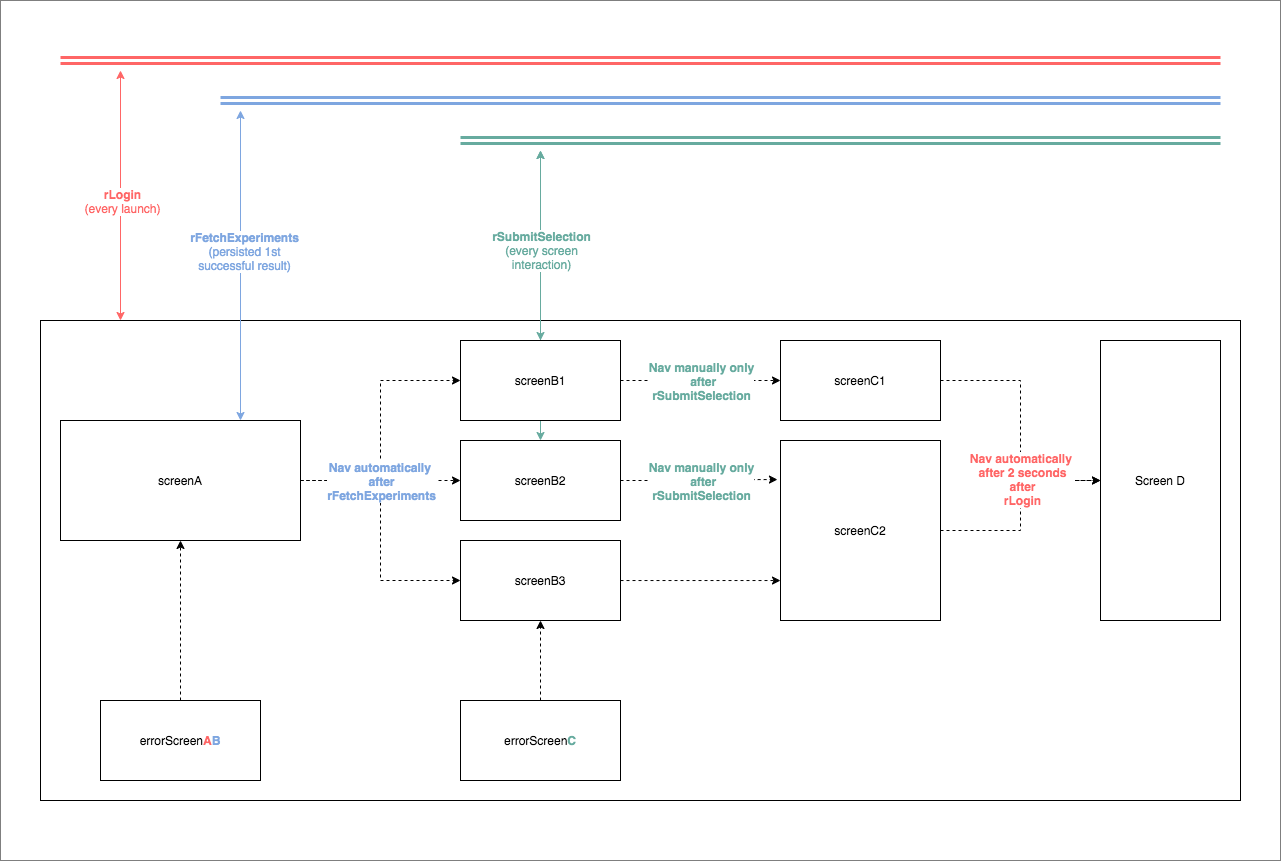
Before: react native/navigation flow/overview.png, a diagram exported from draw.io (stefanos1290/Navigation-Crash). Source tidied: cells renumbered, new cells last; positions are measured from the earlier drawing's top-left corner, leaving out a move shared by most shapes. The source it was exported from:
```xml
<mxGraphModel>
  <root>
    <mxCell id="0" />
    <mxCell id="1" parent="0" />
    <mxCell id="2" style="rounded=0;whiteSpace=wrap;html=1;labelBackgroundColor=#ffffff;fontColor=#000000;opacity=50;" parent="1" vertex="1">
      <mxGeometry width="1280" height="860" as="geometry" />
    </mxCell>
    <mxCell id="3" style="rounded=0;whiteSpace=wrap;html=1;labelBackgroundColor=#ffffff;fontColor=#000000;" parent="1" vertex="1">
      <mxGeometry x="40" y="320" width="1200" height="480" as="geometry" />
    </mxCell>
    <mxCell id="4" style="endArrow=classic;startArrow=classic;html=1;exitX=0.5;exitY=0;exitDx=0;exitDy=0;strokeColor=#67AB9F;" parent="1" edge="1" source="18">
      <mxGeometry relative="1" as="geometry">
        <mxPoint x="540" y="150" as="targetPoint" />
      </mxGeometry>
    </mxCell>
    <mxCell id="5" style="edgeStyle=orthogonalEdgeStyle;rounded=0;jettySize=auto;html=1;dashed=1;" parent="1" edge="1" source="9" target="11">
      <mxGeometry relative="1" as="geometry" />
    </mxCell>
    <mxCell id="6" style="edgeStyle=orthogonalEdgeStyle;rounded=0;jettySize=auto;html=1;dashed=1;" parent="1" edge="1" source="9" target="15">
      <mxGeometry relative="1" as="geometry" />
    </mxCell>
    <mxCell id="7" style="edgeStyle=orthogonalEdgeStyle;rounded=0;jettySize=auto;html=1;dashed=1;" parent="1" edge="1" source="9" target="18">
      <mxGeometry relative="1" as="geometry" />
    </mxCell>
    <mxCell id="8" value="Nav automatically &lt;br&gt;after&lt;br&gt;&lt;span&gt;rFetchExperiments&lt;/span&gt;" style="text;html=1;align=center;verticalAlign=middle;labelBackgroundColor=#ffffff;labelBorderColor=none;fontColor=#7EA6E0;fontStyle=1;" parent="7" vertex="1">
      <mxGeometry x="-0.61" y="-1" relative="1" as="geometry">
        <mxPoint x="49" y="-1" as="offset" />
      </mxGeometry>
    </mxCell>
    <mxCell id="9" value="screenA" style="rounded=0;whiteSpace=wrap;html=1;" parent="1" vertex="1">
      <mxGeometry x="60" y="420" width="240" height="120" as="geometry" />
    </mxCell>
    <mxCell id="10" style="edgeStyle=orthogonalEdgeStyle;rounded=0;jettySize=auto;html=1;dashed=1;" parent="1" edge="1" source="11" target="26">
      <mxGeometry relative="1" as="geometry" />
    </mxCell>
    <mxCell id="11" value="screenB1" style="rounded=0;whiteSpace=wrap;html=1;" parent="1" vertex="1">
      <mxGeometry x="460" y="340" width="160" height="80" as="geometry" />
    </mxCell>
    <mxCell id="12" style="endArrow=classic;startArrow=classic;html=1;strokeColor=#FF6666;" parent="1" edge="1">
      <mxGeometry relative="1" as="geometry">
        <mxPoint x="120" y="320" as="sourcePoint" />
        <mxPoint x="120" y="70" as="targetPoint" />
      </mxGeometry>
    </mxCell>
    <mxCell id="13" value="rLogin&lt;br&gt;&lt;span style=&quot;font-weight: normal&quot;&gt;(every launch)&lt;/span&gt;" style="text;html=1;align=center;verticalAlign=middle;labelBackgroundColor=#ffffff;labelBorderColor=none;fontColor=#FF6666;fontStyle=1;" parent="12" vertex="1">
      <mxGeometry x="0.01" y="-1" relative="1" as="geometry">
        <mxPoint y="7" as="offset" />
      </mxGeometry>
    </mxCell>
    <mxCell id="14" style="edgeStyle=orthogonalEdgeStyle;rounded=0;jettySize=auto;html=1;dashed=1;entryX=0;entryY=0.778;entryDx=0;entryDy=0;entryPerimeter=0;" parent="1" edge="1" source="15" target="23">
      <mxGeometry relative="1" as="geometry" />
    </mxCell>
    <mxCell id="15" value="screenB3" style="rounded=0;whiteSpace=wrap;html=1;" parent="1" vertex="1">
      <mxGeometry x="460" y="540" width="160" height="80" as="geometry" />
    </mxCell>
    <mxCell id="16" style="edgeStyle=orthogonalEdgeStyle;rounded=0;jettySize=auto;html=1;dashed=1;entryX=-0.019;entryY=0.217;entryDx=0;entryDy=0;entryPerimeter=0;" parent="1" edge="1" source="18" target="23">
      <mxGeometry relative="1" as="geometry" />
    </mxCell>
    <mxCell id="17" value="Nav manually only&lt;br&gt;&amp;nbsp;after&lt;br&gt;rSubmitSelection" style="text;html=1;align=center;verticalAlign=middle;labelBackgroundColor=#ffffff;fontColor=#67AB9F;fontStyle=1;" parent="16" vertex="1">
      <mxGeometry x="0.15" y="-1" relative="1" as="geometry">
        <mxPoint x="-10.1" y="-100.1" as="offset" />
      </mxGeometry>
    </mxCell>
    <mxCell id="18" value="screenB2" style="rounded=0;whiteSpace=wrap;html=1;" parent="1" vertex="1">
      <mxGeometry x="460" y="440" width="160" height="80" as="geometry" />
    </mxCell>
    <mxCell id="19" style="endArrow=classic;startArrow=classic;html=1;exitX=0.75;exitY=0;exitDx=0;exitDy=0;strokeColor=#7EA6E0;" parent="1" edge="1" source="9">
      <mxGeometry relative="1" as="geometry">
        <mxPoint x="240" y="110" as="targetPoint" />
      </mxGeometry>
    </mxCell>
    <mxCell id="20" value="rFetchExperiments&lt;br&gt;&lt;span style=&quot;font-weight: normal&quot;&gt;(persisted 1st&lt;br&gt;successful result)&lt;/span&gt;" style="text;html=1;align=center;verticalAlign=middle;labelBackgroundColor=#ffffff;fontColor=#7EA6E0;fontStyle=1;" parent="19" vertex="1">
      <mxGeometry x="-0.18" y="-3" relative="1" as="geometry">
        <mxPoint y="-43" as="offset" />
      </mxGeometry>
    </mxCell>
    <mxCell id="21" value="Screen D" style="rounded=0;whiteSpace=wrap;html=1;" parent="1" vertex="1">
      <mxGeometry x="1100" y="340" width="120" height="280" as="geometry" />
    </mxCell>
    <mxCell id="22" style="edgeStyle=orthogonalEdgeStyle;rounded=0;jettySize=auto;html=1;dashed=1;" parent="1" edge="1" source="23" target="21">
      <mxGeometry relative="1" as="geometry" />
    </mxCell>
    <mxCell id="23" value="screenC2" style="rounded=0;whiteSpace=wrap;html=1;" parent="1" vertex="1">
      <mxGeometry x="780" y="440" width="160" height="180" as="geometry" />
    </mxCell>
    <mxCell id="24" style="edgeStyle=orthogonalEdgeStyle;rounded=0;jettySize=auto;html=1;dashed=1;" parent="1" edge="1" source="26" target="21">
      <mxGeometry relative="1" as="geometry" />
    </mxCell>
    <mxCell id="25" value="Nav automatically&amp;nbsp;&lt;br&gt;after 2 seconds&lt;br&gt;after&lt;br&gt;rLogin" style="text;html=1;align=center;verticalAlign=middle;labelBackgroundColor=#ffffff;fontColor=#FF6666;fontStyle=1;" parent="24" vertex="1">
      <mxGeometry x="0.37" y="1" relative="1" as="geometry" />
    </mxCell>
    <mxCell id="26" value="screenC1" style="rounded=0;whiteSpace=wrap;html=1;" parent="1" vertex="1">
      <mxGeometry x="780" y="340" width="160" height="80" as="geometry" />
    </mxCell>
    <mxCell id="27" style="endArrow=classic;startArrow=classic;html=1;exitX=0.5;exitY=0;exitDx=0;exitDy=0;strokeColor=#67AB9F;" parent="1" edge="1" source="11">
      <mxGeometry relative="1" as="geometry">
        <mxPoint x="540" y="150" as="targetPoint" />
      </mxGeometry>
    </mxCell>
    <mxCell id="28" value="rSubmitSelection&lt;br&gt;&lt;span style=&quot;font-weight: normal&quot;&gt;(every screen&lt;br&gt;interaction)&lt;/span&gt;" style="text;html=1;align=center;verticalAlign=middle;labelBackgroundColor=#ffffff;fontColor=#67AB9F;fontStyle=1;" parent="27" vertex="1">
      <mxGeometry x="-0.18" y="-3" relative="1" as="geometry">
        <mxPoint x="-3" y="-12" as="offset" />
      </mxGeometry>
    </mxCell>
    <mxCell id="29" style="shape=link;html=1;strokeWidth=3;labelBorderColor=none;fontColor=#FF6666;fontStyle=1;strokeColor=#FF6666;" parent="1" edge="1">
      <mxGeometry relative="1" as="geometry">
        <mxPoint x="60" y="60" as="sourcePoint" />
        <mxPoint x="1220" y="60" as="targetPoint" />
      </mxGeometry>
    </mxCell>
    <mxCell id="30" style="shape=link;html=1;strokeWidth=3;strokeColor=#7EA6E0;" parent="1" edge="1">
      <mxGeometry relative="1" as="geometry">
        <mxPoint x="220" y="100" as="sourcePoint" />
        <mxPoint x="1220" y="100" as="targetPoint" />
      </mxGeometry>
    </mxCell>
    <mxCell id="31" style="shape=link;html=1;strokeWidth=3;strokeColor=#67AB9F;" parent="1" edge="1">
      <mxGeometry relative="1" as="geometry">
        <mxPoint x="460" y="140" as="sourcePoint" />
        <mxPoint x="1220" y="140" as="targetPoint" />
      </mxGeometry>
    </mxCell>
    <mxCell id="32" style="edgeStyle=orthogonalEdgeStyle;rounded=0;jettySize=auto;html=1;strokeColor=#000000;strokeWidth=1;fontColor=#7EA6E0;dashed=1;" parent="1" edge="1" source="33" target="9">
      <mxGeometry relative="1" as="geometry" />
    </mxCell>
    <mxCell id="33" value="&lt;font color=&quot;#000000&quot;&gt;errorScreen&lt;/font&gt;&lt;font color=&quot;#ff6666&quot;&gt;&lt;b&gt;A&lt;/b&gt;&lt;/font&gt;&lt;b&gt;B&lt;/b&gt;" style="rounded=0;whiteSpace=wrap;html=1;fontColor=#7EA6E0;" parent="1" vertex="1">
      <mxGeometry x="100" y="700" width="160" height="80" as="geometry" />
    </mxCell>
    <mxCell id="34" style="edgeStyle=orthogonalEdgeStyle;rounded=0;jettySize=auto;html=1;strokeColor=#000000;strokeWidth=1;fontColor=#7EA6E0;dashed=1;" parent="1" edge="1" source="35" target="15">
      <mxGeometry relative="1" as="geometry" />
    </mxCell>
    <mxCell id="35" value="&lt;font color=&quot;#000000&quot;&gt;errorScreen&lt;/font&gt;&lt;font color=&quot;#67ab9f&quot; style=&quot;font-weight: bold&quot;&gt;C&lt;/font&gt;" style="rounded=0;whiteSpace=wrap;html=1;fontColor=#7EA6E0;" parent="1" vertex="1">
      <mxGeometry x="460" y="700" width="160" height="80" as="geometry" />
    </mxCell>
    <mxCell id="36" value="Nav manually only&lt;br&gt;&amp;nbsp;after&lt;br&gt;rSubmitSelection" style="text;html=1;align=center;verticalAlign=middle;labelBackgroundColor=#ffffff;fontColor=#67AB9F;fontStyle=1;" parent="1" vertex="1">
      <mxGeometry x="710" y="580" as="geometry">
        <mxPoint x="-10.1" y="-100.1" as="offset" />
      </mxGeometry>
    </mxCell>
  </root>
</mxGraphModel>
```
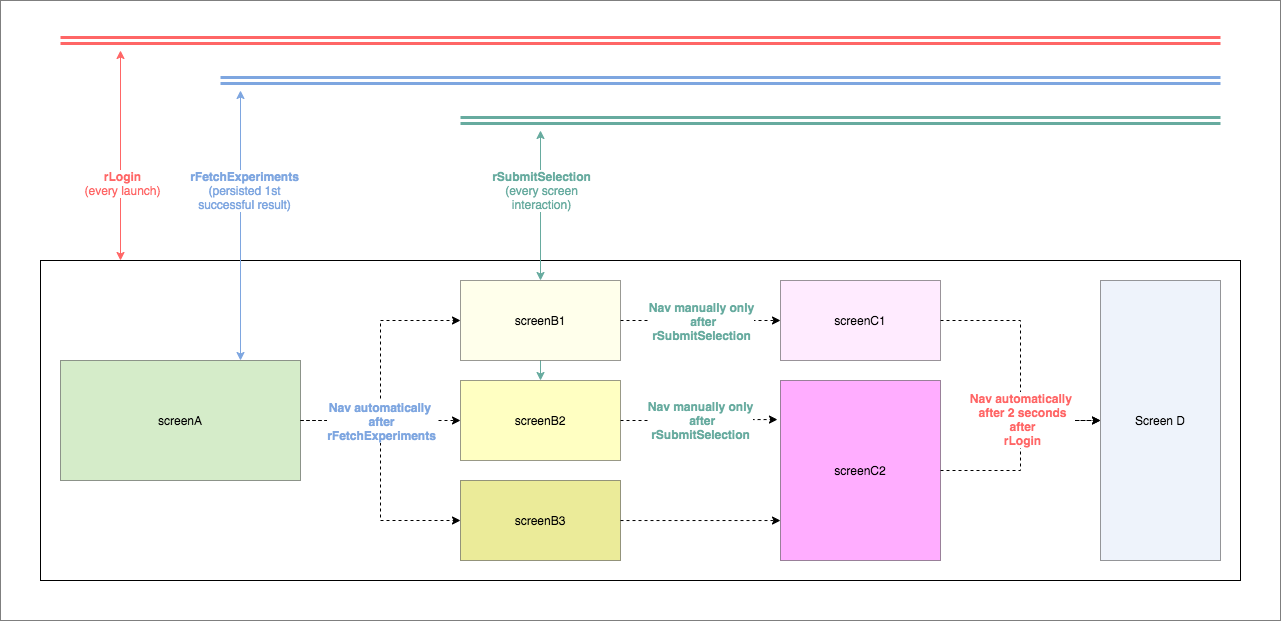
The same file after the commit.

Diff of the diagram source:
```diff
@@ -3,15 +3,13 @@
     <mxCell id="0" />
     <mxCell id="1" parent="0" />
     <mxCell id="2" style="rounded=0;whiteSpace=wrap;html=1;labelBackgroundColor=#ffffff;fontColor=#000000;opacity=50;" parent="1" vertex="1">
-      <mxGeometry width="1280" height="860" as="geometry" />
+      <mxGeometry y="60" width="1280" height="620" as="geometry" />
     </mxCell>
     <mxCell id="3" style="rounded=0;whiteSpace=wrap;html=1;labelBackgroundColor=#ffffff;fontColor=#000000;" parent="1" vertex="1">
-      <mxGeometry x="40" y="320" width="1200" height="480" as="geometry" />
+      <mxGeometry x="40" y="320" width="1200" height="320" as="geometry" />
     </mxCell>
-    <mxCell id="4" style="endArrow=classic;startArrow=classic;html=1;exitX=0.5;exitY=0;exitDx=0;exitDy=0;strokeColor=#67AB9F;" parent="1" edge="1" source="18">
-      <mxGeometry relative="1" as="geometry">
-        <mxPoint x="540" y="150" as="targetPoint" />
-      </mxGeometry>
+    <mxCell id="4" style="endArrow=none;startArrow=classic;html=1;exitX=0.5;exitY=0;exitDx=0;exitDy=0;strokeColor=#67AB9F;entryX=0.5;entryY=1;entryDx=0;entryDy=0;startFill=1;endFill=0;" parent="1" edge="1" source="18" target="11">
+      <mxGeometry relative="1" as="geometry" />
     </mxCell>
     <mxCell id="5" style="edgeStyle=orthogonalEdgeStyle;rounded=0;jettySize=auto;html=1;dashed=1;" parent="1" edge="1" source="9" target="11">
       <mxGeometry relative="1" as="geometry" />
@@ -27,30 +25,30 @@
         <mxPoint x="49" y="-1" as="offset" />
       </mxGeometry>
     </mxCell>
-    <mxCell id="9" value="screenA" style="rounded=0;whiteSpace=wrap;html=1;" parent="1" vertex="1">
+    <mxCell id="9" value="screenA" style="rounded=0;whiteSpace=wrap;html=1;fillColor=#97D077;opacity=40;" parent="1" vertex="1">
       <mxGeometry x="60" y="420" width="240" height="120" as="geometry" />
     </mxCell>
     <mxCell id="10" style="edgeStyle=orthogonalEdgeStyle;rounded=0;jettySize=auto;html=1;dashed=1;" parent="1" edge="1" source="11" target="26">
       <mxGeometry relative="1" as="geometry" />
     </mxCell>
-    <mxCell id="11" value="screenB1" style="rounded=0;whiteSpace=wrap;html=1;" parent="1" vertex="1">
+    <mxCell id="11" value="screenB1" style="rounded=0;whiteSpace=wrap;html=1;fillColor=#FFFFCC;opacity=40;" parent="1" vertex="1">
       <mxGeometry x="460" y="340" width="160" height="80" as="geometry" />
     </mxCell>
     <mxCell id="12" style="endArrow=classic;startArrow=classic;html=1;strokeColor=#FF6666;" parent="1" edge="1">
       <mxGeometry relative="1" as="geometry">
         <mxPoint x="120" y="320" as="sourcePoint" />
-        <mxPoint x="120" y="70" as="targetPoint" />
+        <mxPoint x="120" y="110" as="targetPoint" />
       </mxGeometry>
     </mxCell>
     <mxCell id="13" value="rLogin&lt;br&gt;&lt;span style=&quot;font-weight: normal&quot;&gt;(every launch)&lt;/span&gt;" style="text;html=1;align=center;verticalAlign=middle;labelBackgroundColor=#ffffff;labelBorderColor=none;fontColor=#FF6666;fontStyle=1;" parent="12" vertex="1">
       <mxGeometry x="0.01" y="-1" relative="1" as="geometry">
-        <mxPoint y="7" as="offset" />
+        <mxPoint y="28.2" as="offset" />
       </mxGeometry>
     </mxCell>
     <mxCell id="14" style="edgeStyle=orthogonalEdgeStyle;rounded=0;jettySize=auto;html=1;dashed=1;entryX=0;entryY=0.778;entryDx=0;entryDy=0;entryPerimeter=0;" parent="1" edge="1" source="15" target="23">
       <mxGeometry relative="1" as="geometry" />
     </mxCell>
-    <mxCell id="15" value="screenB3" style="rounded=0;whiteSpace=wrap;html=1;" parent="1" vertex="1">
+    <mxCell id="15" value="screenB3" style="rounded=0;whiteSpace=wrap;html=1;fillColor=#CCCC00;opacity=40;" parent="1" vertex="1">
       <mxGeometry x="460" y="540" width="160" height="80" as="geometry" />
     </mxCell>
     <mxCell id="16" style="edgeStyle=orthogonalEdgeStyle;rounded=0;jettySize=auto;html=1;dashed=1;entryX=-0.019;entryY=0.217;entryDx=0;entryDy=0;entryPerimeter=0;" parent="1" edge="1" source="18" target="23">
@@ -61,26 +59,26 @@
         <mxPoint x="-10.1" y="-100.1" as="offset" />
       </mxGeometry>
     </mxCell>
-    <mxCell id="18" value="screenB2" style="rounded=0;whiteSpace=wrap;html=1;" parent="1" vertex="1">
+    <mxCell id="18" value="screenB2" style="rounded=0;whiteSpace=wrap;html=1;fillColor=#FFFF66;opacity=40;" parent="1" vertex="1">
       <mxGeometry x="460" y="440" width="160" height="80" as="geometry" />
     </mxCell>
     <mxCell id="19" style="endArrow=classic;startArrow=classic;html=1;exitX=0.75;exitY=0;exitDx=0;exitDy=0;strokeColor=#7EA6E0;" parent="1" edge="1" source="9">
       <mxGeometry relative="1" as="geometry">
-        <mxPoint x="240" y="110" as="targetPoint" />
+        <mxPoint x="240" y="150" as="targetPoint" />
       </mxGeometry>
     </mxCell>
     <mxCell id="20" value="rFetchExperiments&lt;br&gt;&lt;span style=&quot;font-weight: normal&quot;&gt;(persisted 1st&lt;br&gt;successful result)&lt;/span&gt;" style="text;html=1;align=center;verticalAlign=middle;labelBackgroundColor=#ffffff;fontColor=#7EA6E0;fontStyle=1;" parent="19" vertex="1">
       <mxGeometry x="-0.18" y="-3" relative="1" as="geometry">
-        <mxPoint y="-43" as="offset" />
+        <mxPoint y="-59" as="offset" />
       </mxGeometry>
     </mxCell>
-    <mxCell id="21" value="Screen D" style="rounded=0;whiteSpace=wrap;html=1;" parent="1" vertex="1">
+    <mxCell id="21" value="Screen D" style="rounded=0;whiteSpace=wrap;html=1;fillColor=#D4E1F5;opacity=40;" parent="1" vertex="1">
       <mxGeometry x="1100" y="340" width="120" height="280" as="geometry" />
     </mxCell>
     <mxCell id="22" style="edgeStyle=orthogonalEdgeStyle;rounded=0;jettySize=auto;html=1;dashed=1;" parent="1" edge="1" source="23" target="21">
       <mxGeometry relative="1" as="geometry" />
     </mxCell>
-    <mxCell id="23" value="screenC2" style="rounded=0;whiteSpace=wrap;html=1;" parent="1" vertex="1">
+    <mxCell id="23" value="screenC2" style="rounded=0;whiteSpace=wrap;html=1;fillColor=#FF33FF;opacity=40;" parent="1" vertex="1">
       <mxGeometry x="780" y="440" width="160" height="180" as="geometry" />
     </mxCell>
     <mxCell id="24" style="edgeStyle=orthogonalEdgeStyle;rounded=0;jettySize=auto;html=1;dashed=1;" parent="1" edge="1" source="26" target="21">
@@ -89,49 +87,37 @@
     <mxCell id="25" value="Nav automatically&amp;nbsp;&lt;br&gt;after 2 seconds&lt;br&gt;after&lt;br&gt;rLogin" style="text;html=1;align=center;verticalAlign=middle;labelBackgroundColor=#ffffff;fontColor=#FF6666;fontStyle=1;" parent="24" vertex="1">
       <mxGeometry x="0.37" y="1" relative="1" as="geometry" />
     </mxCell>
-    <mxCell id="26" value="screenC1" style="rounded=0;whiteSpace=wrap;html=1;" parent="1" vertex="1">
+    <mxCell id="26" value="screenC1" style="rounded=0;whiteSpace=wrap;html=1;fillColor=#FFCCFF;opacity=40;" parent="1" vertex="1">
       <mxGeometry x="780" y="340" width="160" height="80" as="geometry" />
     </mxCell>
     <mxCell id="27" style="endArrow=classic;startArrow=classic;html=1;exitX=0.5;exitY=0;exitDx=0;exitDy=0;strokeColor=#67AB9F;" parent="1" edge="1" source="11">
       <mxGeometry relative="1" as="geometry">
-        <mxPoint x="540" y="150" as="targetPoint" />
+        <mxPoint x="540" y="190" as="targetPoint" />
       </mxGeometry>
     </mxCell>
     <mxCell id="28" value="rSubmitSelection&lt;br&gt;&lt;span style=&quot;font-weight: normal&quot;&gt;(every screen&lt;br&gt;interaction)&lt;/span&gt;" style="text;html=1;align=center;verticalAlign=middle;labelBackgroundColor=#ffffff;fontColor=#67AB9F;fontStyle=1;" parent="27" vertex="1">
       <mxGeometry x="-0.18" y="-3" relative="1" as="geometry">
-        <mxPoint x="-3" y="-12" as="offset" />
+        <mxPoint x="-3" y="-28.6" as="offset" />
       </mxGeometry>
     </mxCell>
     <mxCell id="29" style="shape=link;html=1;strokeWidth=3;labelBorderColor=none;fontColor=#FF6666;fontStyle=1;strokeColor=#FF6666;" parent="1" edge="1">
       <mxGeometry relative="1" as="geometry">
-        <mxPoint x="60" y="60" as="sourcePoint" />
-        <mxPoint x="1220" y="60" as="targetPoint" />
+        <mxPoint x="60" y="100" as="sourcePoint" />
+        <mxPoint x="1220" y="100" as="targetPoint" />
       </mxGeometry>
     </mxCell>
     <mxCell id="30" style="shape=link;html=1;strokeWidth=3;strokeColor=#7EA6E0;" parent="1" edge="1">
       <mxGeometry relative="1" as="geometry">
-        <mxPoint x="220" y="100" as="sourcePoint" />
-        <mxPoint x="1220" y="100" as="targetPoint" />
+        <mxPoint x="220" y="140" as="sourcePoint" />
+        <mxPoint x="1220" y="140" as="targetPoint" />
       </mxGeometry>
     </mxCell>
     <mxCell id="31" style="shape=link;html=1;strokeWidth=3;strokeColor=#67AB9F;" parent="1" edge="1">
       <mxGeometry relative="1" as="geometry">
-        <mxPoint x="460" y="140" as="sourcePoint" />
-        <mxPoint x="1220" y="140" as="targetPoint" />
+        <mxPoint x="460" y="180" as="sourcePoint" />
+        <mxPoint x="1220" y="180" as="targetPoint" />
       </mxGeometry>
     </mxCell>
-    <mxCell id="32" style="edgeStyle=orthogonalEdgeStyle;rounded=0;jettySize=auto;html=1;strokeColor=#000000;strokeWidth=1;fontColor=#7EA6E0;dashed=1;" parent="1" edge="1" source="33" target="9">
-      <mxGeometry relative="1" as="geometry" />
-    </mxCell>
-    <mxCell id="33" value="&lt;font color=&quot;#000000&quot;&gt;errorScreen&lt;/font&gt;&lt;font color=&quot;#ff6666&quot;&gt;&lt;b&gt;A&lt;/b&gt;&lt;/font&gt;&lt;b&gt;B&lt;/b&gt;" style="rounded=0;whiteSpace=wrap;html=1;fontColor=#7EA6E0;" parent="1" vertex="1">
-      <mxGeometry x="100" y="700" width="160" height="80" as="geometry" />
-    </mxCell>
-    <mxCell id="34" style="edgeStyle=orthogonalEdgeStyle;rounded=0;jettySize=auto;html=1;strokeColor=#000000;strokeWidth=1;fontColor=#7EA6E0;dashed=1;" parent="1" edge="1" source="35" target="15">
-      <mxGeometry relative="1" as="geometry" />
-    </mxCell>
-    <mxCell id="35" value="&lt;font color=&quot;#000000&quot;&gt;errorScreen&lt;/font&gt;&lt;font color=&quot;#67ab9f&quot; style=&quot;font-weight: bold&quot;&gt;C&lt;/font&gt;" style="rounded=0;whiteSpace=wrap;html=1;fontColor=#7EA6E0;" parent="1" vertex="1">
-      <mxGeometry x="460" y="700" width="160" height="80" as="geometry" />
-    </mxCell>
     <mxCell id="36" value="Nav manually only&lt;br&gt;&amp;nbsp;after&lt;br&gt;rSubmitSelection" style="text;html=1;align=center;verticalAlign=middle;labelBackgroundColor=#ffffff;fontColor=#67AB9F;fontStyle=1;" parent="1" vertex="1">
       <mxGeometry x="710" y="580" as="geometry">
         <mxPoint x="-10.1" y="-100.1" as="offset" />
```
